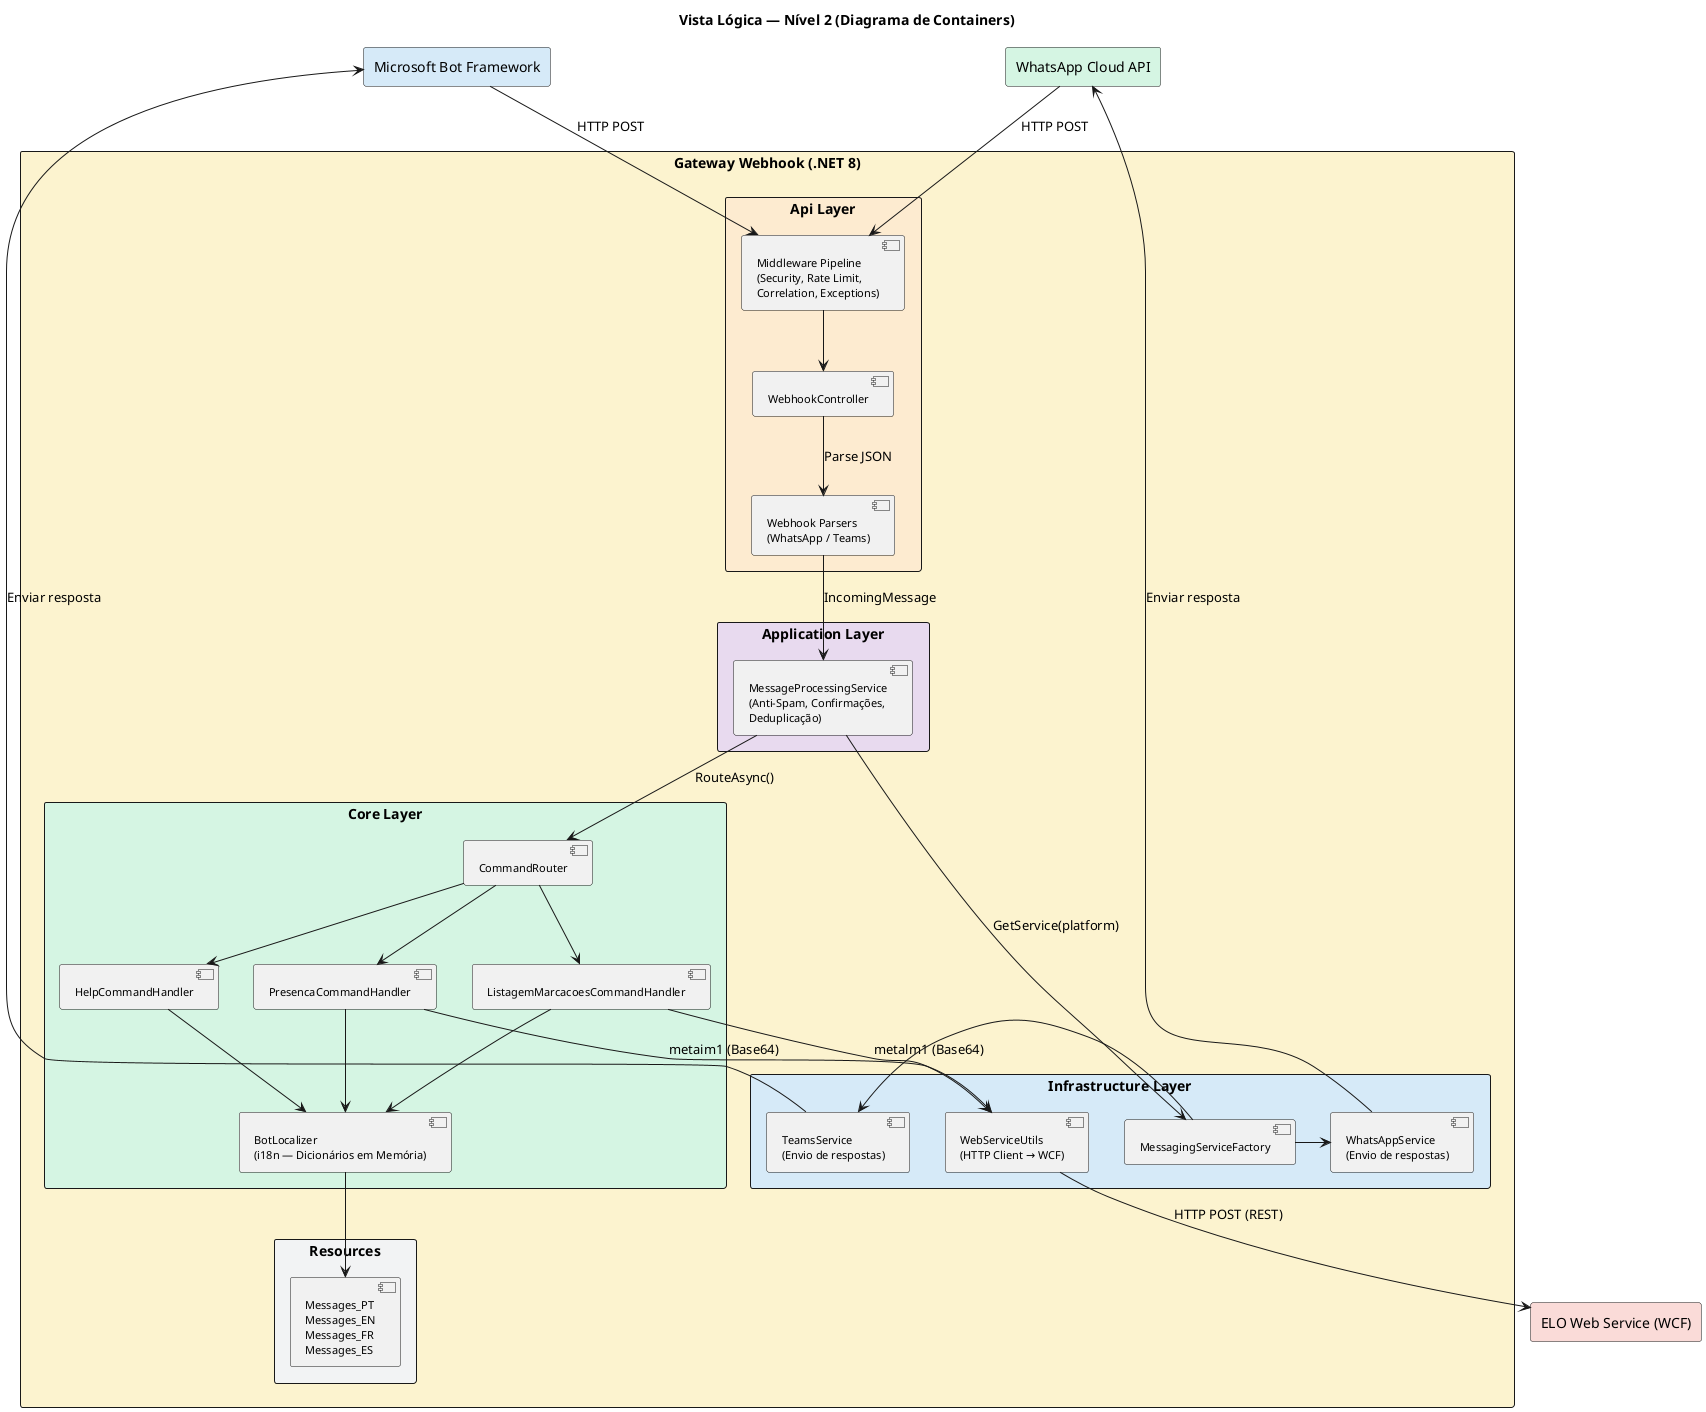
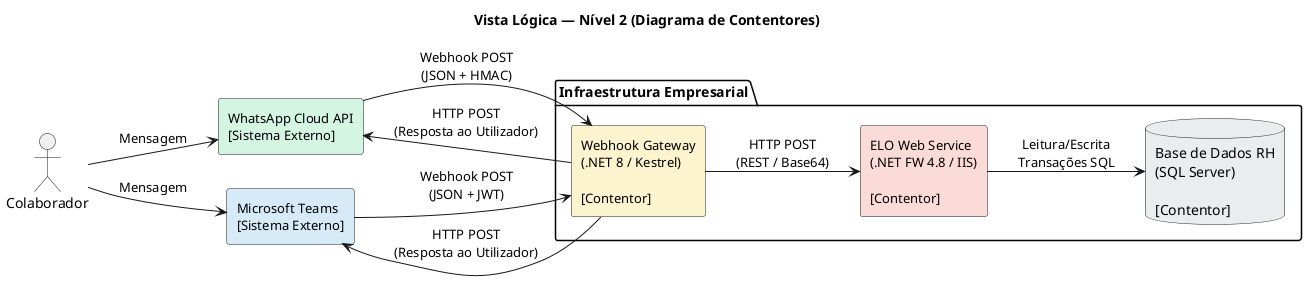
@startuml vista_logica_n2
skinparam backgroundColor #FFFFFF
skinparam shadowing false
skinparam defaultFontName "Segoe UI"
- skinparam packageStyle rectangle
- skinparam componentFontSize 11
+ skinparam rectangleFontSize 13
+ skinparam componentFontSize 12
+ skinparam noteFontSize 11
+ left to right direction

- title Vista Lógica — Nível 2 (Diagrama de Containers)
+ title Vista Lógica — Nível 2 (Diagrama de Contentores)

- ' ─── Sistemas Externos ────────────────────────────────────
- rectangle "WhatsApp Cloud API" as wa_ext #D5F5E3
- rectangle "Microsoft Bot Framework" as teams_ext #D6EAF8
- rectangle "ELO Web Service (WCF)" as elo_ext #FADBD8
+ ' Atores
+ actor "Colaborador" as user

- ' ─── Gateway Webhook (.NET 8) ─────────────────────────────
- package "Gateway Webhook (.NET 8)" #FCF3CF {
+ ' Sistemas Externos
+ rectangle "WhatsApp Cloud API\n[Sistema Externo]" as wa_ext #D5F5E3
+ rectangle "Microsoft Teams\n[Sistema Externo]" as teams_ext #D6EAF8

-     package "Api Layer" #FDEBD0 {
-         component "WebhookController" as ctrl
-         component "Middleware Pipeline\n(Security, Rate Limit,\nCorrelation, Exceptions)" as middleware
-         component "Webhook Parsers\n(WhatsApp / Teams)" as parsers
-     }
- 
-     package "Application Layer" #E8DAEF {
-         component "MessageProcessingService\n(Anti-Spam, Confirmações,\nDeduplicação)" as mps
-     }
- 
-     package "Core Layer" #D5F5E3 {
-         component "CommandRouter" as router
-         component "PresencaCommandHandler" as presCmd
-         component "ListagemMarcacoesCommandHandler" as listCmd
-         component "HelpCommandHandler" as helpCmd
-         component "BotLocalizer\n(i18n — Dicionários em Memória)" as localizer
-     }
- 
-     package "Infrastructure Layer" #D6EAF8 {
-         component "WebServiceUtils\n(HTTP Client → WCF)" as wsUtils
-         component "WhatsAppService\n(Envio de respostas)" as waSvc
-         component "TeamsService\n(Envio de respostas)" as teamsSvc
-         component "MessagingServiceFactory" as factory
-     }
- 
-     package "Resources" #F2F3F4 {
-         component "Messages_PT\nMessages_EN\nMessages_FR\nMessages_ES" as msgs
-     }
+ ' Sistema Interno da ELO
+ package "Infraestrutura Empresarial" {
+     rectangle "Webhook Gateway\n(.NET 8 / Kestrel)\n\n[Contentor]" as gateway #FCF3CF
+     rectangle "ELO Web Service\n(.NET FW 4.8 / IIS)\n\n[Contentor]" as elo_ext #FADBD8
+     database "Base de Dados RH\n(SQL Server)\n\n[Contentor]" as db #EAECEE
}

- ' ─── Fluxo ────────────────────────────────────────────────
- wa_ext -down-> middleware : "HTTP POST"
- teams_ext -down-> middleware : "HTTP POST"
+ ' Relações
+ user --> wa_ext : "Mensagem"
+ user --> teams_ext : "Mensagem"

- middleware -down-> ctrl
- ctrl -down-> parsers : "Parse JSON"
- parsers -down-> mps : "IncomingMessage"
+ wa_ext --> gateway : "Webhook POST\n(JSON + HMAC)"
+ teams_ext --> gateway : "Webhook POST\n(JSON + JWT)"

- mps -down-> router : "RouteAsync()"
- router -down-> presCmd
- router -down-> listCmd
- router -down-> helpCmd
+ gateway --> elo_ext : "HTTP POST\n(REST / Base64)"
+ elo_ext --> db : "Leitura/Escrita\nTransações SQL"

- presCmd -down-> wsUtils : "metaim1 (Base64)"
- listCmd -down-> wsUtils : "metalm1 (Base64)"
- 
- presCmd --> localizer
- listCmd --> localizer
- helpCmd --> localizer
- localizer --> msgs
- 
- wsUtils -down-> elo_ext : "HTTP POST (REST)"
- 
- mps -right-> factory : "GetService(platform)"
- factory -right-> waSvc
- factory -right-> teamsSvc
- 
- waSvc -up-> wa_ext : "Enviar resposta"
- teamsSvc -up-> teams_ext : "Enviar resposta"
+ gateway --> wa_ext : "HTTP POST\n(Resposta ao Utilizador)"
+ gateway --> teams_ext : "HTTP POST\n(Resposta ao Utilizador)"

@enduml
